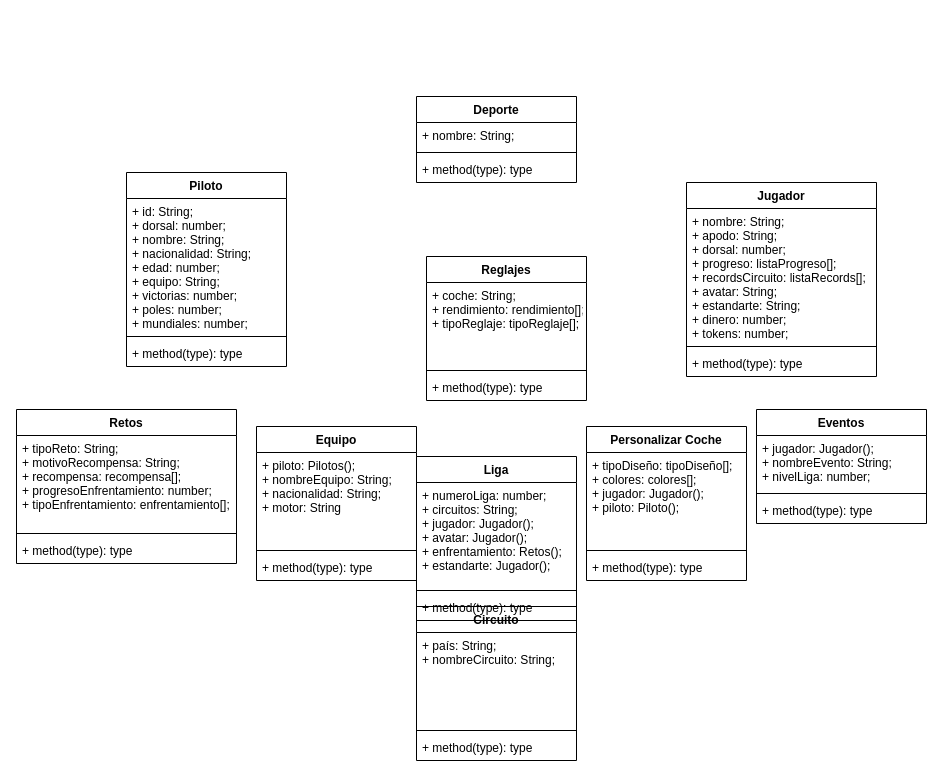
The draw.io diagram Untitled Diagram.drawio in aws108/M3, before the edit. Source tidied: cells renumbered, new cells numbered last; positions are measured from the earlier drawing's top-left corner, leaving out a move shared by most shapes. Both pictures are drawn from the tidied source at 100%, with x=0, y=0 at pixel (16, 96).
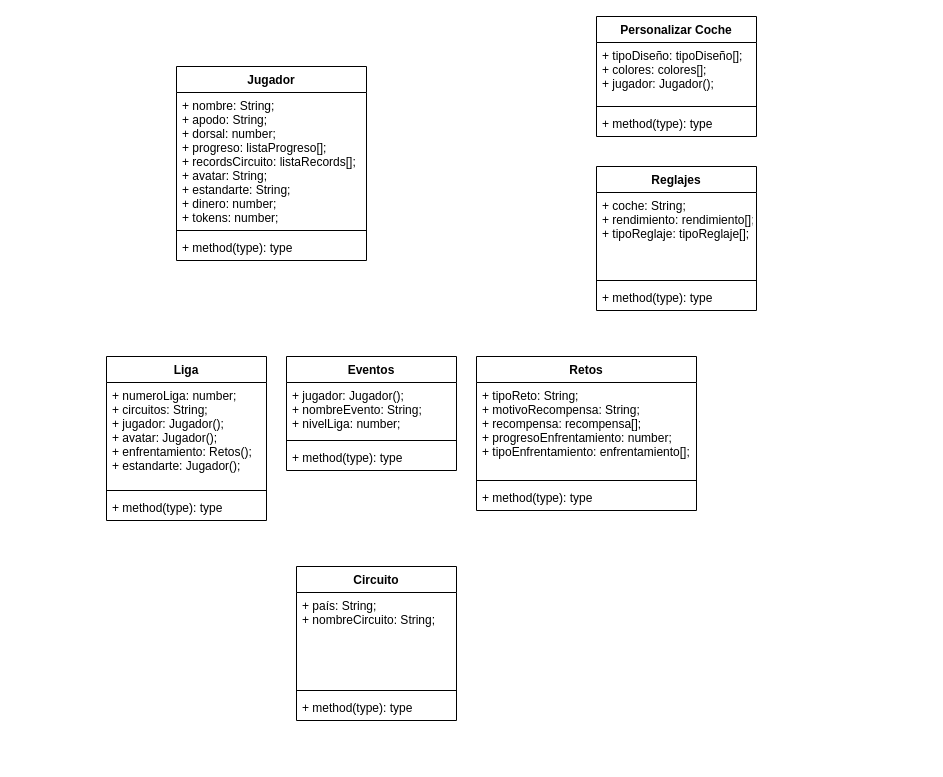
Above is the later version.

Change to the diagram source:
```diff
@@
-    <mxCell id="2" value="Piloto" style="swimlane;fontStyle=1;align=center;verticalAlign=top;horizontal=1;startSize=26;" parent="1" vertex="1">
-      <mxGeometry x="110" y="76" width="160" height="194" as="geometry" />
-    </mxCell>
-    <mxCell id="3" value="+ id: String;&#10;+ dorsal: number;&#10;+ nombre: String;&#10;+ nacionalidad: String;&#10;+ edad: number;&#10;+ equipo: String; &#10;+ victorias: number;&#10;+ poles: number; &#10;+ mundiales: number;" style="text;strokeColor=none;fillColor=none;align=left;verticalAlign=top;spacingLeft=4;spacingRight=4;overflow=hidden;" parent="2" vertex="1">
-      <mxGeometry y="26" width="160" height="134" as="geometry" />
-    </mxCell>
-    <mxCell id="4" style="line;strokeWidth=1;fillColor=none;align=left;verticalAlign=middle;spacingTop=-1;spacingLeft=3;spacingRight=3;labelPosition=right;" parent="2" vertex="1">
-      <mxGeometry y="160" width="160" height="8" as="geometry" />
-    </mxCell>
-    <mxCell id="5" value="+ method(type): type" style="text;strokeColor=none;fillColor=none;align=left;verticalAlign=top;spacingLeft=4;spacingRight=4;overflow=hidden;" parent="2" vertex="1">
-      <mxGeometry y="168" width="160" height="26" as="geometry" />
-    </mxCell>
     <mxCell id="6" value="Personalizar Coche" style="swimlane;fontStyle=1;align=center;verticalAlign=top;horizontal=1;startSize=26;" parent="1" vertex="1">
-      <mxGeometry x="570" y="330" width="160" height="154" as="geometry" />
+      <mxGeometry x="580" y="-80" width="160" height="120" as="geometry" />
     </mxCell>
-    <mxCell id="7" value="+ tipoDiseño: tipoDiseño[];&#10;+ colores: colores[];&#10;+ jugador: Jugador();&#10;+ piloto: Piloto();" style="text;strokeColor=none;fillColor=none;align=left;verticalAlign=top;spacingLeft=4;spacingRight=4;overflow=hidden;" parent="6" vertex="1">
-      <mxGeometry y="26" width="160" height="94" as="geometry" />
+    <mxCell id="7" value="+ tipoDiseño: tipoDiseño[];&#10;+ colores: colores[];&#10;+ jugador: Jugador();" style="text;strokeColor=none;fillColor=none;align=left;verticalAlign=top;spacingLeft=4;spacingRight=4;overflow=hidden;" parent="6" vertex="1">
+      <mxGeometry y="26" width="160" height="60" as="geometry" />
     </mxCell>
     <mxCell id="8" style="line;strokeWidth=1;fillColor=none;align=left;verticalAlign=middle;spacingTop=-1;spacingLeft=3;spacingRight=3;labelPosition=right;" parent="6" vertex="1">
-      <mxGeometry y="120" width="160" height="8" as="geometry" />
+      <mxGeometry y="86" width="160" height="8" as="geometry" />
     </mxCell>
     <mxCell id="9" value="+ method(type): type" style="text;strokeColor=none;fillColor=none;align=left;verticalAlign=top;spacingLeft=4;spacingRight=4;overflow=hidden;" parent="6" vertex="1">
-      <mxGeometry y="128" width="160" height="26" as="geometry" />
+      <mxGeometry y="94" width="160" height="26" as="geometry" />
     </mxCell>
-    <mxCell id="10" value="Equipo" style="swimlane;fontStyle=1;align=center;verticalAlign=top;horizontal=1;startSize=26;" parent="1" vertex="1">
-      <mxGeometry x="240" y="330" width="160" height="154" as="geometry" />
-    </mxCell>
-    <mxCell id="11" value="+ piloto: Pilotos();&#10;+ nombreEquipo: String;&#10;+ nacionalidad: String; &#10;+ motor: String" style="text;strokeColor=none;fillColor=none;align=left;verticalAlign=top;spacingLeft=4;spacingRight=4;overflow=hidden;" parent="10" vertex="1">
-      <mxGeometry y="26" width="160" height="94" as="geometry" />
-    </mxCell>
-    <mxCell id="12" style="line;strokeWidth=1;fillColor=none;align=left;verticalAlign=middle;spacingTop=-1;spacingLeft=3;spacingRight=3;labelPosition=right;" parent="10" vertex="1">
-      <mxGeometry y="120" width="160" height="8" as="geometry" />
-    </mxCell>
-    <mxCell id="13" value="+ method(type): type" style="text;strokeColor=none;fillColor=none;align=left;verticalAlign=top;spacingLeft=4;spacingRight=4;overflow=hidden;" parent="10" vertex="1">
-      <mxGeometry y="128" width="160" height="26" as="geometry" />
-    </mxCell>
-    <mxCell id="14" value="Deporte" style="swimlane;fontStyle=1;align=center;verticalAlign=top;horizontal=1;startSize=26;" parent="1" vertex="1">
-      <mxGeometry x="400" width="160" height="86" as="geometry" />
-    </mxCell>
-    <mxCell id="15" value="+ nombre: String;" style="text;strokeColor=none;fillColor=none;align=left;verticalAlign=top;spacingLeft=4;spacingRight=4;overflow=hidden;" parent="14" vertex="1">
-      <mxGeometry y="26" width="160" height="26" as="geometry" />
-    </mxCell>
-    <mxCell id="16" style="line;strokeWidth=1;fillColor=none;align=left;verticalAlign=middle;spacingTop=-1;spacingLeft=3;spacingRight=3;labelPosition=right;" parent="14" vertex="1">
-      <mxGeometry y="52" width="160" height="8" as="geometry" />
-    </mxCell>
-    <mxCell id="17" value="+ method(type): type" style="text;strokeColor=none;fillColor=none;align=left;verticalAlign=top;spacingLeft=4;spacingRight=4;overflow=hidden;" parent="14" vertex="1">
-      <mxGeometry y="60" width="160" height="26" as="geometry" />
-    </mxCell>
     <mxCell id="18" value="Circuito" style="swimlane;fontStyle=1;align=center;verticalAlign=top;horizontal=1;startSize=26;" parent="1" vertex="1">
-      <mxGeometry x="400" y="510" width="160" height="154" as="geometry" />
+      <mxGeometry x="280" y="470" width="160" height="154" as="geometry" />
     </mxCell>
@@
     <mxCell id="22" value="Jugador" style="swimlane;fontStyle=1;align=center;verticalAlign=top;horizontal=1;startSize=26;" parent="1" vertex="1">
-      <mxGeometry x="670" y="86" width="190" height="194" as="geometry" />
+      <mxGeometry x="160" y="-30" width="190" height="194" as="geometry" />
     </mxCell>
@@
     <mxCell id="26" value="Eventos" style="swimlane;fontStyle=1;align=center;verticalAlign=top;horizontal=1;startSize=26;" parent="1" vertex="1">
-      <mxGeometry x="740" y="313" width="170" height="114" as="geometry" />
+      <mxGeometry x="270" y="260" width="170" height="114" as="geometry" />
     </mxCell>
@@
     <mxCell id="30" value="Retos" style="swimlane;fontStyle=1;align=center;verticalAlign=top;horizontal=1;startSize=26;" parent="1" vertex="1">
-      <mxGeometry y="313" width="220" height="154" as="geometry" />
+      <mxGeometry x="460" y="260" width="220" height="154" as="geometry" />
     </mxCell>
@@
     <mxCell id="34" value="Liga" style="swimlane;fontStyle=1;align=center;verticalAlign=top;horizontal=1;startSize=26;" parent="1" vertex="1">
-      <mxGeometry x="400" y="360" width="160" height="164" as="geometry" />
+      <mxGeometry x="90" y="260" width="160" height="164" as="geometry" />
     </mxCell>
@@
     <mxCell id="38" value="Reglajes" style="swimlane;fontStyle=1;align=center;verticalAlign=top;horizontal=1;startSize=26;" parent="1" vertex="1">
-      <mxGeometry x="410" y="160" width="160" height="144" as="geometry" />
+      <mxGeometry x="580" y="70" width="160" height="144" as="geometry" />
     </mxCell>
```
